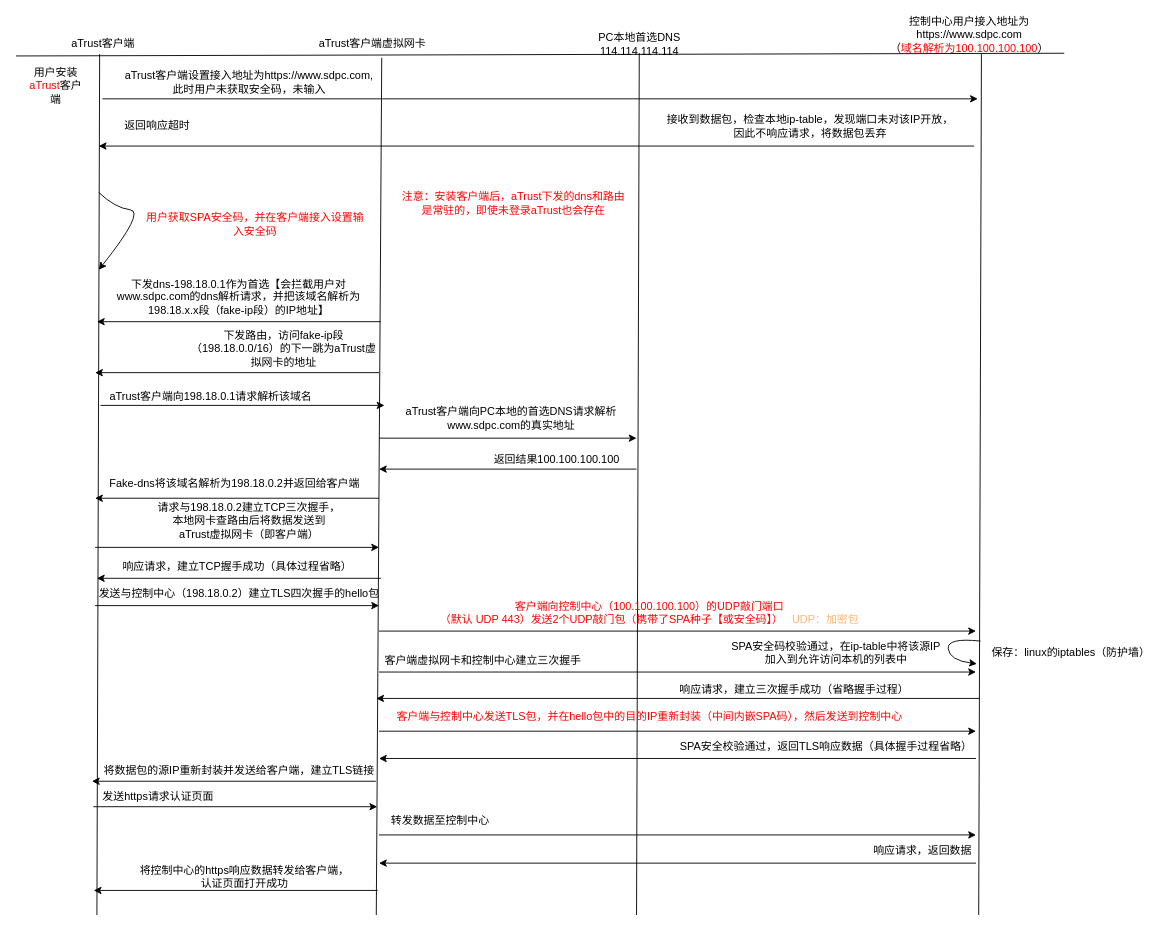
This is SPA----UDP敲门+TCP业 务隐身原理流程.drawio from lixi47/java--, a draw.io file, before an edit. Source tidied: cells renumbered, new cells numbered last; positions are measured from the earlier drawing's top-left corner, leaving out a move shared by most shapes. Both pictures are drawn from the tidied source at 91%, with x=0, y=0 at pixel (15, 21).
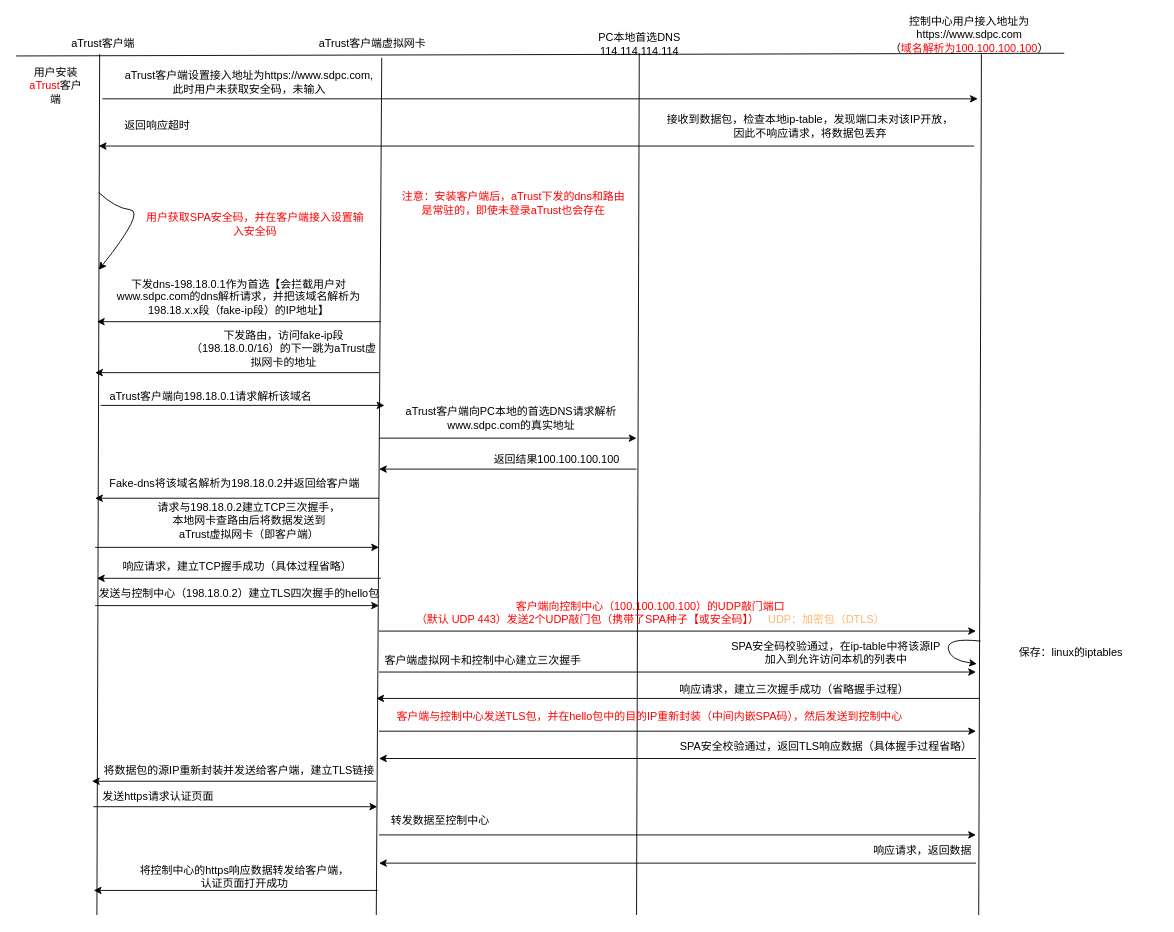
After the change.

Commit message:
更新SPA----UDP敲门+TCP业 务隐身原理流程.drawio

Diff of the diagram source:
```diff
@@
-    <mxCell id="39" value="&lt;font style=&quot;color: light-dark(rgb(255, 0, 0), rgb(255, 0, 0));&quot;&gt;客户端向控制中心（100.100.100.100）的UDP敲门端口&lt;/font&gt;&lt;div&gt;&lt;font style=&quot;color: light-dark(rgb(255, 0, 0), rgb(255, 0, 0));&quot;&gt;（默认 UDP 443）发送2个UDP敲门包（携带了SPA种子【或安全码】）&amp;nbsp; &amp;nbsp;&lt;/font&gt;&lt;font style=&quot;color: light-dark(rgb(255, 181, 112), rgb(255, 0, 0));&quot;&gt;UDP：&lt;/font&gt;&lt;font style=&quot;color: light-dark(rgb(255, 181, 112), rgb(255, 0, 0));&quot;&gt;加密包&lt;/font&gt;&lt;/div&gt;" style="text;html=1;align=center;verticalAlign=middle;strokeColor=none;fillColor=none;" parent="1" vertex="1">
-      <mxGeometry x="454" y="629" width="484" height="41" as="geometry" />
+    <mxCell id="39" value="&lt;font style=&quot;color: light-dark(rgb(255, 0, 0), rgb(255, 0, 0));&quot;&gt;客户端向控制中心（100.100.100.100）的UDP敲门端口&lt;/font&gt;&lt;div&gt;&lt;font style=&quot;color: light-dark(rgb(255, 0, 0), rgb(255, 0, 0));&quot;&gt;（默认 UDP 443）发送2个UDP敲门包（携带了SPA种子【或安全码】）&amp;nbsp; &amp;nbsp;&lt;/font&gt;&lt;font style=&quot;color: light-dark(rgb(255, 181, 112), rgb(255, 0, 0));&quot;&gt;UDP：&lt;/font&gt;&lt;font style=&quot;color: light-dark(rgb(255, 181, 112), rgb(255, 0, 0));&quot;&gt;加密包（DTLS）&lt;/font&gt;&lt;/div&gt;" style="text;html=1;align=center;verticalAlign=middle;strokeColor=none;fillColor=none;" parent="1" vertex="1">
+      <mxGeometry x="427" y="629" width="539" height="41" as="geometry" />
     </mxCell>
@@
-    <mxCell id="60" value="保存：linux的ip&lt;span style=&quot;background-color: transparent; color: light-dark(rgb(0, 0, 0), rgb(255, 255, 255));&quot;&gt;tables（防护墙）&lt;/span&gt;" style="text;html=1;align=center;verticalAlign=middle;strokeColor=none;fillColor=none;" parent="1" vertex="1">
-      <mxGeometry x="1063" y="680.5" width="192" height="26" as="geometry" />
+    <mxCell id="60" value="保存：linux的ip&lt;span style=&quot;background-color: transparent; color: light-dark(rgb(0, 0, 0), rgb(255, 255, 255));&quot;&gt;tables&lt;/span&gt;" style="text;html=1;align=center;verticalAlign=middle;strokeColor=none;fillColor=none;" parent="1" vertex="1">
+      <mxGeometry x="1093" y="680.5" width="132" height="26" as="geometry" />
     </mxCell>
```
